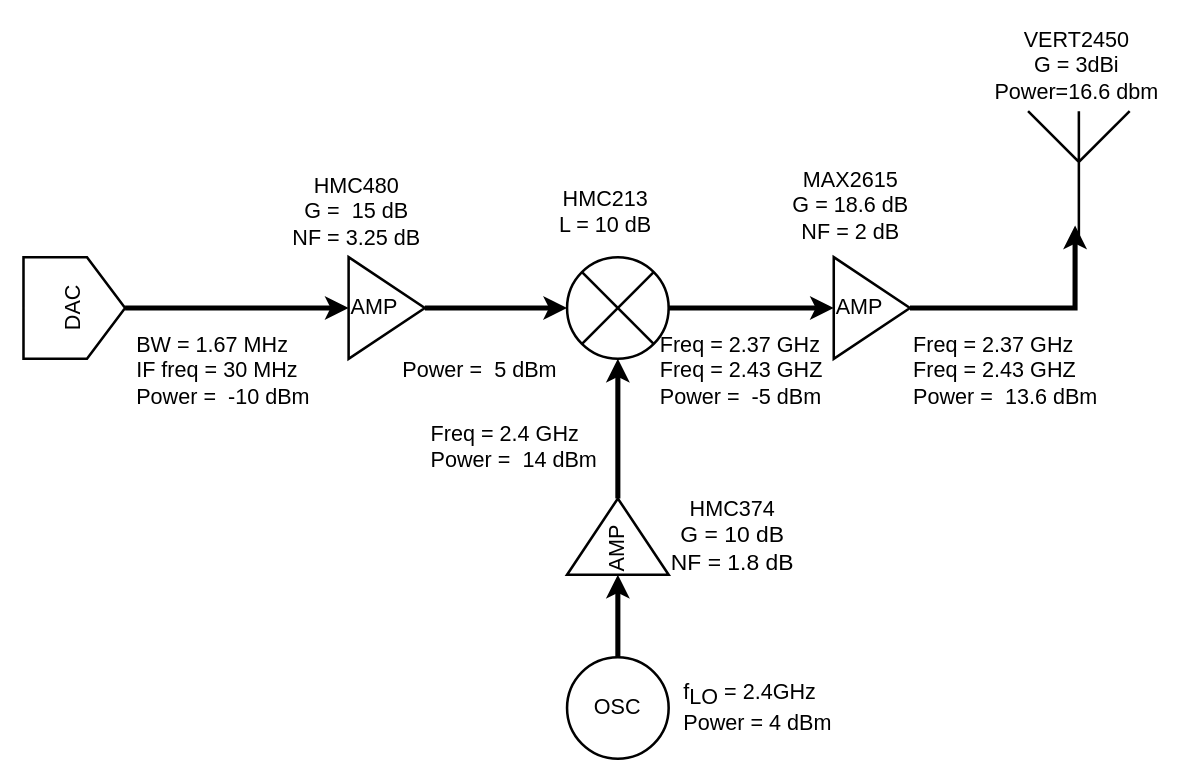
This is transmitter.drawio from chenbin234/MCC125-Wireless-link-project, a draw.io file, before an edit. Source tidied: cells renumbered, new cells numbered last; positions are measured from the earlier drawing's top-left corner, leaving out a move shared by most shapes. Both pictures are drawn from the tidied source at 127%, with x=0, y=0 at pixel (23, 22).
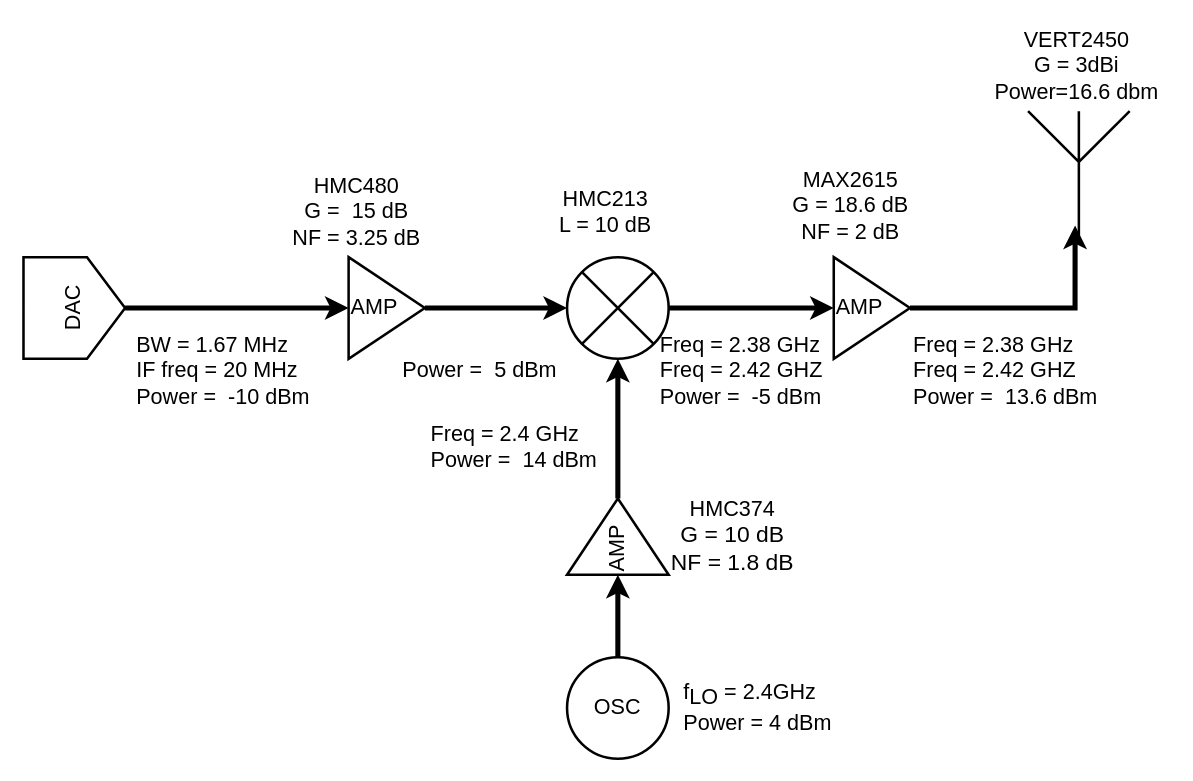
The same page after the edit.

Change to the diagram source:
```diff
@@
-    <mxCell id="16" value="&lt;div style=&quot;text-align: left; font-size: 17px;&quot;&gt;&lt;span style=&quot;background-color: initial; font-size: 17px;&quot;&gt;&lt;font style=&quot;font-size: 17px;&quot;&gt;BW = 1.67 MHz&lt;/font&gt;&lt;/span&gt;&lt;/div&gt;&lt;div style=&quot;text-align: left; font-size: 17px;&quot;&gt;&lt;span style=&quot;background-color: initial; font-size: 17px;&quot;&gt;&lt;font style=&quot;font-size: 17px;&quot;&gt;IF freq = 30 MHz&lt;/font&gt;&lt;/span&gt;&lt;/div&gt;&lt;div style=&quot;text-align: left; font-size: 17px;&quot;&gt;&lt;span style=&quot;background-color: initial; font-size: 17px;&quot;&gt;&lt;font style=&quot;font-size: 17px;&quot;&gt;Power =&amp;nbsp; -10 dBm&lt;/font&gt;&lt;/span&gt;&lt;/div&gt;" style="text;html=1;align=center;verticalAlign=middle;strokeColor=none;fillColor=none;fontSize=17;" parent="1" vertex="1">
+    <mxCell id="16" value="&lt;div style=&quot;text-align: left; font-size: 17px;&quot;&gt;&lt;span style=&quot;background-color: initial; font-size: 17px;&quot;&gt;&lt;font style=&quot;font-size: 17px;&quot;&gt;BW = 1.67 MHz&lt;/font&gt;&lt;/span&gt;&lt;/div&gt;&lt;div style=&quot;text-align: left; font-size: 17px;&quot;&gt;&lt;span style=&quot;background-color: initial; font-size: 17px;&quot;&gt;&lt;font style=&quot;font-size: 17px;&quot;&gt;IF freq = 20 MHz&lt;/font&gt;&lt;/span&gt;&lt;/div&gt;&lt;div style=&quot;text-align: left; font-size: 17px;&quot;&gt;&lt;span style=&quot;background-color: initial; font-size: 17px;&quot;&gt;&lt;font style=&quot;font-size: 17px;&quot;&gt;Power =&amp;nbsp; -10 dBm&lt;/font&gt;&lt;/span&gt;&lt;/div&gt;" style="text;html=1;align=center;verticalAlign=middle;strokeColor=none;fillColor=none;fontSize=17;" parent="1" vertex="1">
       <mxGeometry x="77" y="240" width="160" height="70" as="geometry" />
     </mxCell>
-    <mxCell id="17" value="&lt;div style=&quot;text-align: left; font-size: 17px;&quot;&gt;&lt;span style=&quot;background-color: initial; font-size: 17px;&quot;&gt;Freq = 2.37 GHz&lt;/span&gt;&lt;/div&gt;&lt;div style=&quot;text-align: left; font-size: 17px;&quot;&gt;&lt;span style=&quot;background-color: initial; font-size: 17px;&quot;&gt;Freq = 2.43 GHZ&lt;/span&gt;&lt;/div&gt;&lt;div style=&quot;text-align: left; font-size: 17px;&quot;&gt;&lt;span style=&quot;background-color: initial; font-size: 17px;&quot;&gt;&lt;font style=&quot;font-size: 17px;&quot;&gt;Power =&amp;nbsp; -5 dBm&lt;/font&gt;&lt;/span&gt;&lt;/div&gt;" style="text;html=1;align=center;verticalAlign=middle;strokeColor=none;fillColor=none;fontSize=17;" parent="1" vertex="1">
+    <mxCell id="17" value="&lt;div style=&quot;text-align: left; font-size: 17px;&quot;&gt;&lt;span style=&quot;background-color: initial; font-size: 17px;&quot;&gt;Freq = 2.38 GHz&lt;/span&gt;&lt;/div&gt;&lt;div style=&quot;text-align: left; font-size: 17px;&quot;&gt;&lt;span style=&quot;background-color: initial; font-size: 17px;&quot;&gt;Freq = 2.42 GHZ&lt;/span&gt;&lt;/div&gt;&lt;div style=&quot;text-align: left; font-size: 17px;&quot;&gt;&lt;span style=&quot;background-color: initial; font-size: 17px;&quot;&gt;&lt;font style=&quot;font-size: 17px;&quot;&gt;Power =&amp;nbsp; -5 dBm&lt;/font&gt;&lt;/span&gt;&lt;/div&gt;" style="text;html=1;align=center;verticalAlign=middle;strokeColor=none;fillColor=none;fontSize=17;" parent="1" vertex="1">
       <mxGeometry x="490" y="240" width="150" height="70" as="geometry" />
     </mxCell>
@@
-    <mxCell id="24" value="&lt;div style=&quot;text-align: left; font-size: 17px;&quot;&gt;&lt;span style=&quot;background-color: initial; font-size: 17px;&quot;&gt;Freq = 2.37 GHz&lt;/span&gt;&lt;/div&gt;&lt;div style=&quot;text-align: left; font-size: 17px;&quot;&gt;&lt;span style=&quot;background-color: initial; font-size: 17px;&quot;&gt;Freq = 2.43 GHZ&lt;/span&gt;&lt;/div&gt;&lt;div style=&quot;text-align: left; font-size: 17px;&quot;&gt;&lt;span style=&quot;background-color: initial; font-size: 17px;&quot;&gt;&lt;font style=&quot;font-size: 17px;&quot;&gt;Power =&amp;nbsp; 13.6 dBm&lt;/font&gt;&lt;/span&gt;&lt;/div&gt;" style="text;html=1;align=center;verticalAlign=middle;strokeColor=none;fillColor=none;fontSize=17;" parent="1" vertex="1">
+    <mxCell id="24" value="&lt;div style=&quot;text-align: left; font-size: 17px;&quot;&gt;&lt;span style=&quot;background-color: initial; font-size: 17px;&quot;&gt;Freq = 2.38 GHz&lt;/span&gt;&lt;/div&gt;&lt;div style=&quot;text-align: left; font-size: 17px;&quot;&gt;&lt;span style=&quot;background-color: initial; font-size: 17px;&quot;&gt;Freq = 2.42 GHZ&lt;/span&gt;&lt;/div&gt;&lt;div style=&quot;text-align: left; font-size: 17px;&quot;&gt;&lt;span style=&quot;background-color: initial; font-size: 17px;&quot;&gt;&lt;font style=&quot;font-size: 17px;&quot;&gt;Power =&amp;nbsp; 13.6 dBm&lt;/font&gt;&lt;/span&gt;&lt;/div&gt;" style="text;html=1;align=center;verticalAlign=middle;strokeColor=none;fillColor=none;fontSize=17;" parent="1" vertex="1">
       <mxGeometry x="688" y="240" width="170" height="70" as="geometry" />
     </mxCell>
```
